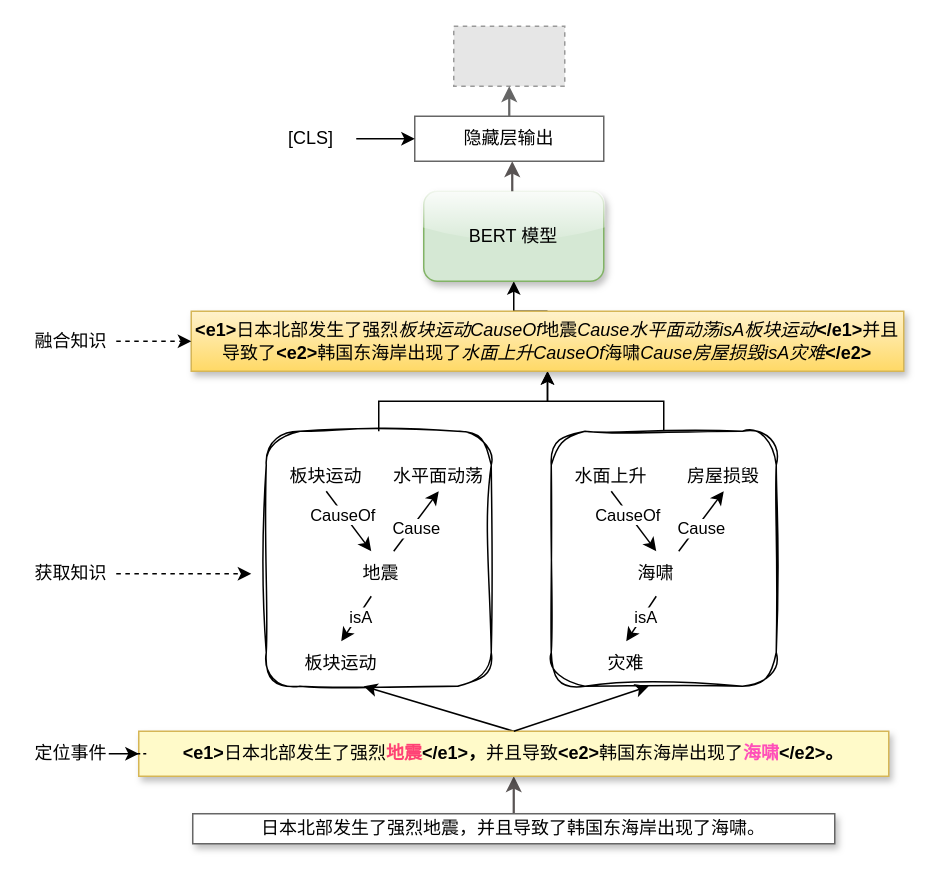
Above: page "模糊-知识集成" (4 of 14) of 2.drawio in JiaXinLI98/myProject (draw.io), before the change. Source tidied: cells renumbered, new cells numbered last; positions are measured from the earlier drawing's top-left corner, leaving out a move shared by most shapes. Both pictures are drawn from the tidied source at 150%, with x=0, y=0 at pixel (26, 26). Pictures stored in the file or linked from it are replaced by grey dashed boxes.
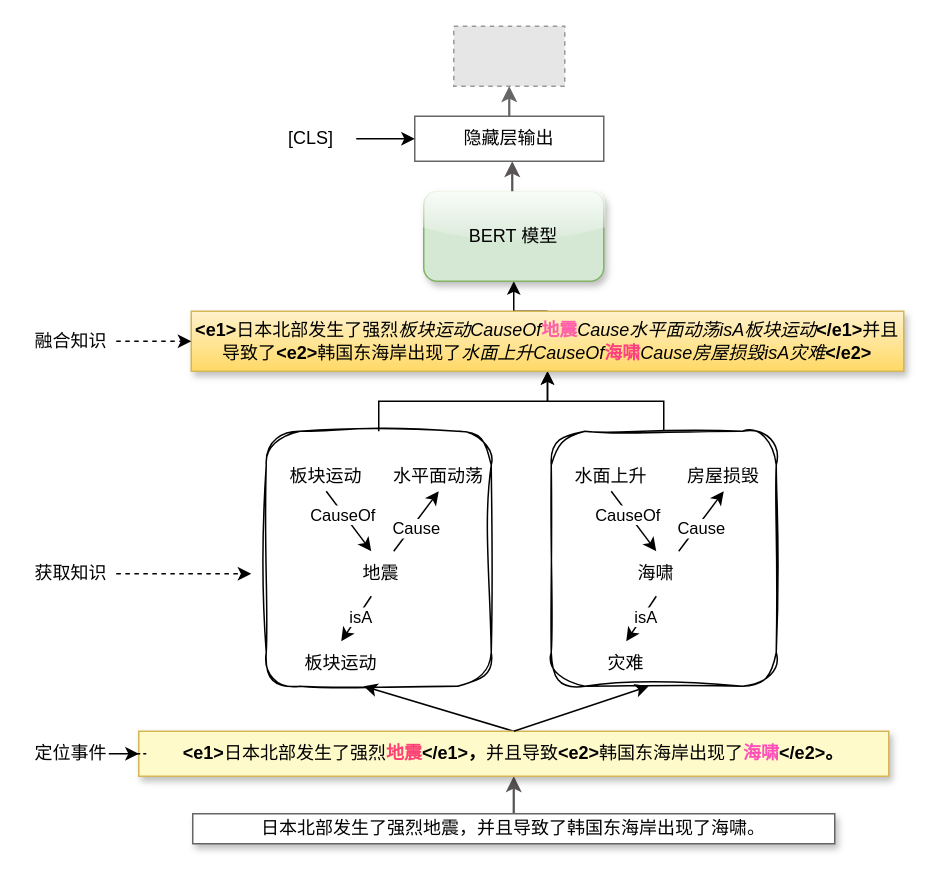
The same diagram, later.

Change to the diagram source:
```diff
@@
-    <mxCell id="32" value="&lt;b&gt;&amp;lt;e1&amp;gt;&lt;/b&gt;日本北部发生了强烈&lt;i&gt;板块运动CauseOf&lt;/i&gt;地震&lt;i&gt;Cause水平面动荡isA板块运动&lt;/i&gt;&lt;b&gt;&amp;lt;/e1&amp;gt;&lt;/b&gt;并且导致了&lt;b&gt;&amp;lt;e2&amp;gt;&lt;/b&gt;韩国东海岸出现了&lt;i&gt;水面上升CauseOf&lt;/i&gt;海啸&lt;i&gt;Cause房屋损毁isA灾难&lt;/i&gt;&lt;b&gt;&amp;lt;/e2&amp;gt;&lt;/b&gt;" style="rounded=0;whiteSpace=wrap;html=1;shadow=1;strokeColor=#d6b656;fillColor=#fff2cc;gradientColor=#ffd966;" parent="1" vertex="1">
+    <mxCell id="32" value="&lt;b&gt;&amp;lt;e1&amp;gt;&lt;/b&gt;日本北部发生了强烈&lt;i&gt;板块运动CauseOf&lt;/i&gt;&lt;font color=&quot;#ff5ea9&quot;&gt;&lt;b&gt;地震&lt;/b&gt;&lt;/font&gt;&lt;i&gt;Cause水平面动荡isA板块运动&lt;/i&gt;&lt;b&gt;&amp;lt;/e1&amp;gt;&lt;/b&gt;并且导致了&lt;b&gt;&amp;lt;e2&amp;gt;&lt;/b&gt;韩国东海岸出现了&lt;i&gt;水面上升CauseOf&lt;/i&gt;&lt;font color=&quot;#ff407f&quot;&gt;&lt;b&gt;海啸&lt;/b&gt;&lt;/font&gt;&lt;i&gt;Cause房屋损毁isA灾难&lt;/i&gt;&lt;b&gt;&amp;lt;/e2&amp;gt;&lt;/b&gt;" style="rounded=0;whiteSpace=wrap;html=1;shadow=1;strokeColor=#d6b656;fillColor=#fff2cc;gradientColor=#ffd966;" parent="1" vertex="1">
       <mxGeometry x="110" y="190" width="475" height="40" as="geometry" />
     </mxCell>
```
